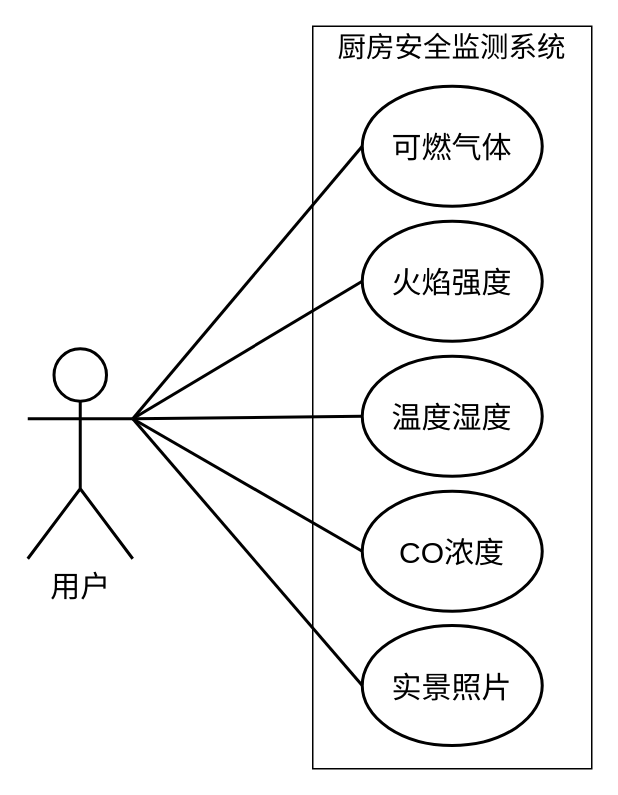
Above: 论文.drawio in guardian-han/test (draw.io), before the change. Source tidied: cells renumbered, new cells numbered last; positions are measured from the earlier drawing's top-left corner, leaving out a move shared by most shapes. Both pictures are drawn from the tidied source at 150%, with x=0, y=0 at pixel (27, 26).
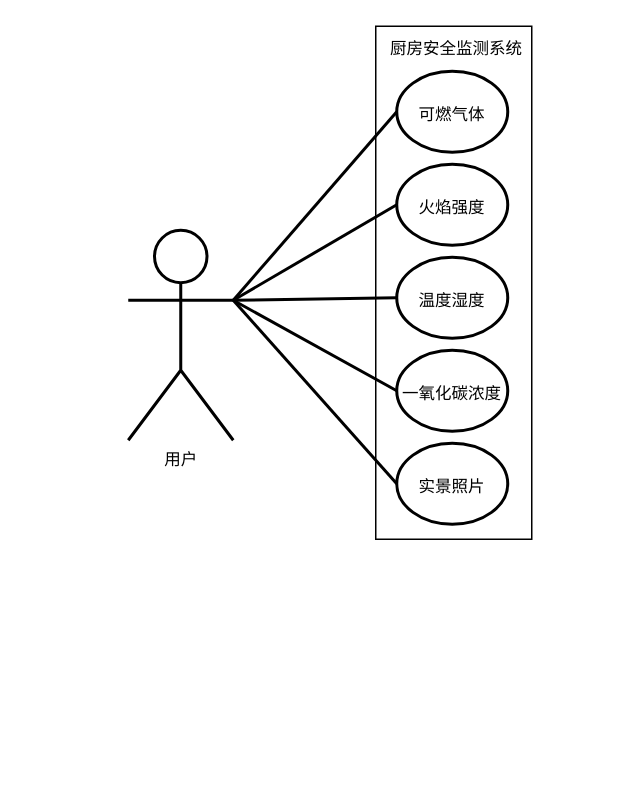
The same page after the edit.

The edit, as a diff of the source:
```diff
@@
 <mxGraphModel>
   <root>
     <mxCell id="0" />
     <mxCell id="1" parent="0" />
-    <mxCell id="2" value="&lt;font face=&quot;Times New Roman&quot; style=&quot;font-size: 20px;&quot;&gt;用户&lt;/font&gt;" style="shape=umlActor;verticalLabelPosition=bottom;verticalAlign=top;html=1;outlineConnect=0;strokeWidth=2;" parent="1" vertex="1">
-      <mxGeometry y="215" width="70" height="140" as="geometry" />
+    <mxCell id="2" value="&lt;font style=&quot;font-size: 11px;&quot;&gt;用户&lt;/font&gt;" style="shape=umlActor;verticalLabelPosition=bottom;verticalAlign=top;html=1;outlineConnect=0;strokeWidth=2;fontFamily=Times New Roman;fontSize=11;" parent="1" vertex="1">
+      <mxGeometry x="67" y="136" width="70" height="140" as="geometry" />
     </mxCell>
-    <mxCell id="3" style="rounded=0;whiteSpace=wrap;html=1;fillColor=none;strokeWidth=1;" parent="1" vertex="1">
-      <mxGeometry x="190" width="186" height="495" as="geometry" />
+    <mxCell id="3" style="rounded=0;whiteSpace=wrap;html=1;fillColor=none;strokeWidth=1;fontFamily=Times New Roman;fontSize=11;" parent="1" vertex="1">
+      <mxGeometry x="232" width="104" height="342" as="geometry" />
     </mxCell>
-    <mxCell id="4" value="&lt;font style=&quot;font-size: 19px;&quot;&gt;厨房安全监测系统&lt;/font&gt;" style="text;html=1;align=center;verticalAlign=middle;whiteSpace=wrap;rounded=0;fontFamily=Times New Roman;" parent="1" vertex="1">
-      <mxGeometry x="202" width="162" height="30" as="geometry" />
+    <mxCell id="4" value="&lt;font style=&quot;font-size: 11px;&quot;&gt;厨房安全监测系统&lt;/font&gt;" style="text;html=1;align=center;verticalAlign=middle;whiteSpace=wrap;rounded=0;fontFamily=Times New Roman;" parent="1" vertex="1">
+      <mxGeometry x="205" width="162" height="30" as="geometry" />
     </mxCell>
-    <mxCell id="5" value="可燃气体" style="ellipse;whiteSpace=wrap;html=1;fillColor=none;strokeWidth=2;fontSize=20;" parent="1" vertex="1">
-      <mxGeometry x="223" y="40" width="120" height="80" as="geometry" />
-    </mxCell>
-    <mxCell id="6" value="火焰强度" style="ellipse;whiteSpace=wrap;html=1;fillColor=none;strokeWidth=2;fontSize=20;" parent="1" vertex="1">
-      <mxGeometry x="223" y="130" width="120" height="80" as="geometry" />
-    </mxCell>
-    <mxCell id="7" value="温度湿度" style="ellipse;whiteSpace=wrap;html=1;fillColor=none;strokeWidth=2;fontSize=20;" parent="1" vertex="1">
-      <mxGeometry x="223" y="220" width="120" height="80" as="geometry" />
-    </mxCell>
-    <mxCell id="8" value="CO浓度" style="ellipse;whiteSpace=wrap;html=1;fillColor=none;strokeWidth=2;fontSize=20;" parent="1" vertex="1">
-      <mxGeometry x="223" y="310" width="120" height="80" as="geometry" />
-    </mxCell>
     <mxCell id="9" style="endArrow=none;html=1;rounded=0;strokeColor=default;strokeWidth=2;exitX=1;exitY=0.3333333333333333;exitDx=0;exitDy=0;exitPerimeter=0;entryX=0;entryY=0.5;entryDx=0;entryDy=0;" parent="1" edge="1" source="2" target="5">
       <mxGeometry relative="1" as="geometry" />
     </mxCell>
     <mxCell id="10" style="endArrow=none;html=1;rounded=0;strokeColor=default;strokeWidth=2;entryX=0;entryY=0.5;entryDx=0;entryDy=0;exitX=1;exitY=0.3333333333333333;exitDx=0;exitDy=0;exitPerimeter=0;" parent="1" edge="1" source="2" target="6">
       <mxGeometry relative="1" as="geometry" />
     </mxCell>
     <mxCell id="11" style="endArrow=none;html=1;rounded=0;strokeColor=default;strokeWidth=2;entryX=0;entryY=0.5;entryDx=0;entryDy=0;exitX=1;exitY=0.3333333333333333;exitDx=0;exitDy=0;exitPerimeter=0;" parent="1" edge="1" source="2" target="7">
       <mxGeometry relative="1" as="geometry" />
     </mxCell>
-    <mxCell id="12" style="endArrow=none;html=1;rounded=0;strokeColor=default;strokeWidth=2;entryX=0;entryY=0.5;entryDx=0;entryDy=0;exitX=1;exitY=0.3333333333333333;exitDx=0;exitDy=0;exitPerimeter=0;" parent="1" edge="1" source="2" target="8">
+    <mxCell id="12" style="endArrow=none;html=1;rounded=0;strokeColor=default;strokeWidth=2;entryX=0;entryY=0.5;entryDx=0;entryDy=0;exitX=1;exitY=0.3333333333333333;exitDx=0;exitDy=0;exitPerimeter=0;" parent="1" edge="1" source="2" target="15">
       <mxGeometry relative="1" as="geometry" />
     </mxCell>
+    <mxCell id="14" style="endArrow=none;html=1;rounded=0;strokeColor=default;strokeWidth=2;entryX=0;entryY=0.5;entryDx=0;entryDy=0;exitX=1;exitY=0.3333333333333333;exitDx=0;exitDy=0;exitPerimeter=0;" parent="1" edge="1" source="2" target="13">
+      <mxGeometry relative="1" as="geometry" />
+    </mxCell>
+    <mxCell id="5" value="&lt;p style=&quot;line-height: 100%;&quot;&gt;&lt;font style=&quot;font-size: 11px;&quot; face=&quot;Times New Roman&quot;&gt;可燃气体&lt;/font&gt;&lt;/p&gt;" style="ellipse;whiteSpace=wrap;html=1;fillColor=none;strokeWidth=2;fontSize=20;" parent="1" vertex="1">
+      <mxGeometry x="246" y="30" width="74" height="54" as="geometry" />
+    </mxCell>
+    <mxCell id="6" value="&lt;p style=&quot;line-height: 100%;&quot;&gt;&lt;font style=&quot;font-size: 11px;&quot; face=&quot;Times New Roman&quot;&gt;火焰强度&lt;/font&gt;&lt;/p&gt;" style="ellipse;whiteSpace=wrap;html=1;fillColor=none;strokeWidth=2;fontSize=20;" parent="1" vertex="1">
+      <mxGeometry x="246" y="92" width="74" height="54" as="geometry" />
+    </mxCell>
+    <mxCell id="7" value="&lt;p style=&quot;line-height: 100%;&quot;&gt;&lt;font style=&quot;font-size: 11px;&quot; face=&quot;Times New Roman&quot;&gt;温度湿度&lt;/font&gt;&lt;/p&gt;" style="ellipse;whiteSpace=wrap;html=1;fillColor=none;strokeWidth=2;fontSize=20;" parent="1" vertex="1">
+      <mxGeometry x="246" y="154" width="74" height="54" as="geometry" />
+    </mxCell>
+    <mxCell id="15" value="&lt;p style=&quot;line-height: 100%;&quot;&gt;&lt;font style=&quot;font-size: 11px;&quot; face=&quot;Times New Roman&quot;&gt;一氧化碳浓度&lt;/font&gt;&lt;/p&gt;" style="ellipse;whiteSpace=wrap;html=1;fillColor=none;strokeWidth=2;fontSize=20;" parent="1" vertex="1">
+      <mxGeometry x="246" y="216" width="74" height="54" as="geometry" />
+    </mxCell>
-    <mxCell id="13" value="实景照片" style="ellipse;whiteSpace=wrap;html=1;fillColor=none;strokeWidth=2;fontSize=20;" parent="1" vertex="1">
-      <mxGeometry x="223" y="399.5" width="120" height="80" as="geometry" />
+    <mxCell id="13" value="&lt;p style=&quot;line-height: 100%;&quot;&gt;&lt;font style=&quot;font-size: 11px;&quot; face=&quot;Times New Roman&quot;&gt;实景照片&lt;/font&gt;&lt;/p&gt;" style="ellipse;whiteSpace=wrap;html=1;fillColor=none;strokeWidth=2;fontSize=20;" parent="1" vertex="1">
+      <mxGeometry x="246" y="278" width="74" height="54" as="geometry" />
     </mxCell>
-    <mxCell id="14" style="endArrow=none;html=1;rounded=0;strokeColor=default;strokeWidth=2;entryX=0;entryY=0.5;entryDx=0;entryDy=0;exitX=1;exitY=0.3333333333333333;exitDx=0;exitDy=0;exitPerimeter=0;" parent="1" edge="1" source="2" target="13">
-      <mxGeometry relative="1" as="geometry" />
-    </mxCell>
   </root>
 </mxGraphModel>
```
